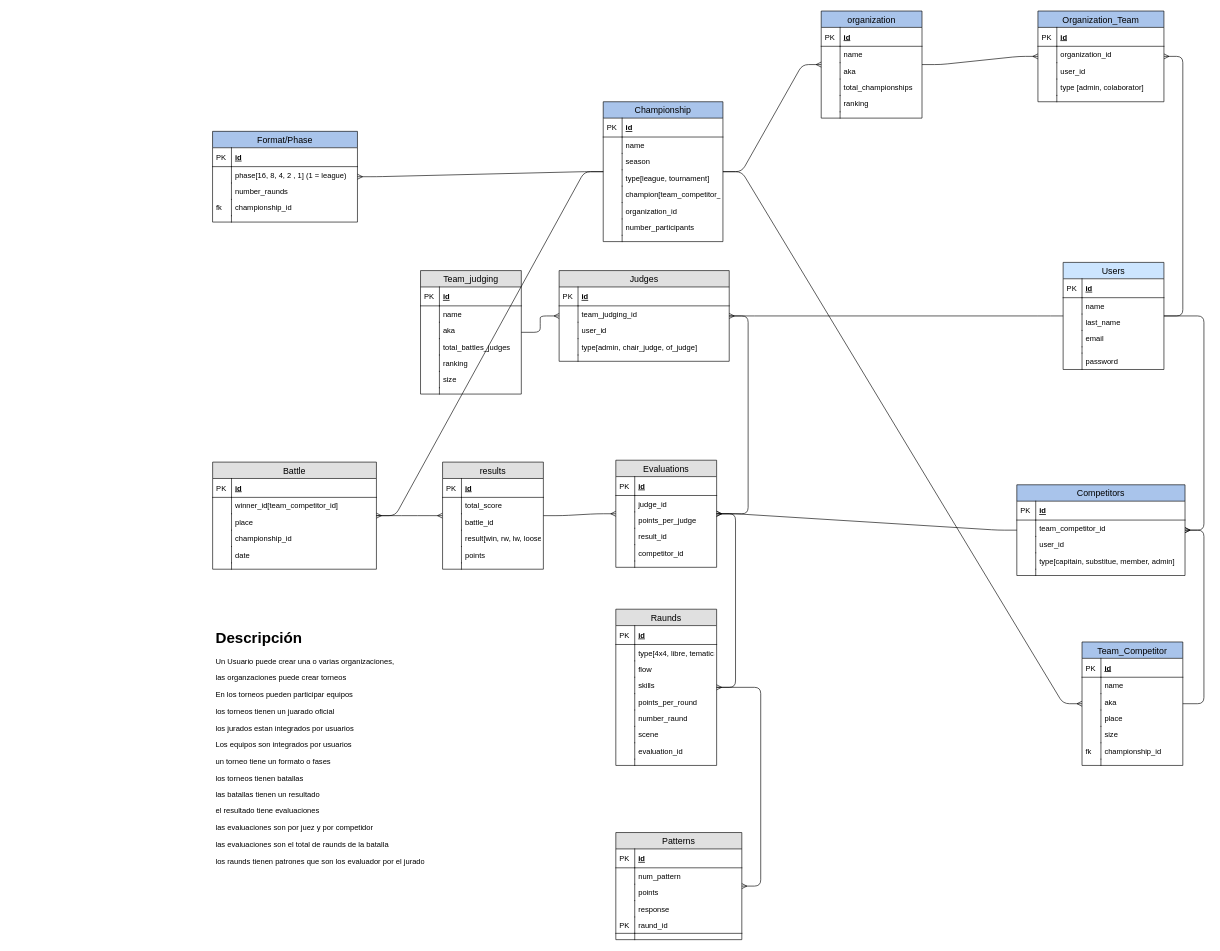
Above: Untitled Diagram.drawio in Isidro-hernndez/Texto1 (draw.io), before the change. Source tidied: cells renumbered, new cells numbered last; positions are measured from the earlier drawing's top-left corner, leaving out a move shared by most shapes. Both pictures are drawn from the tidied source at 63%, with x=0, y=0 at pixel (212, 11).
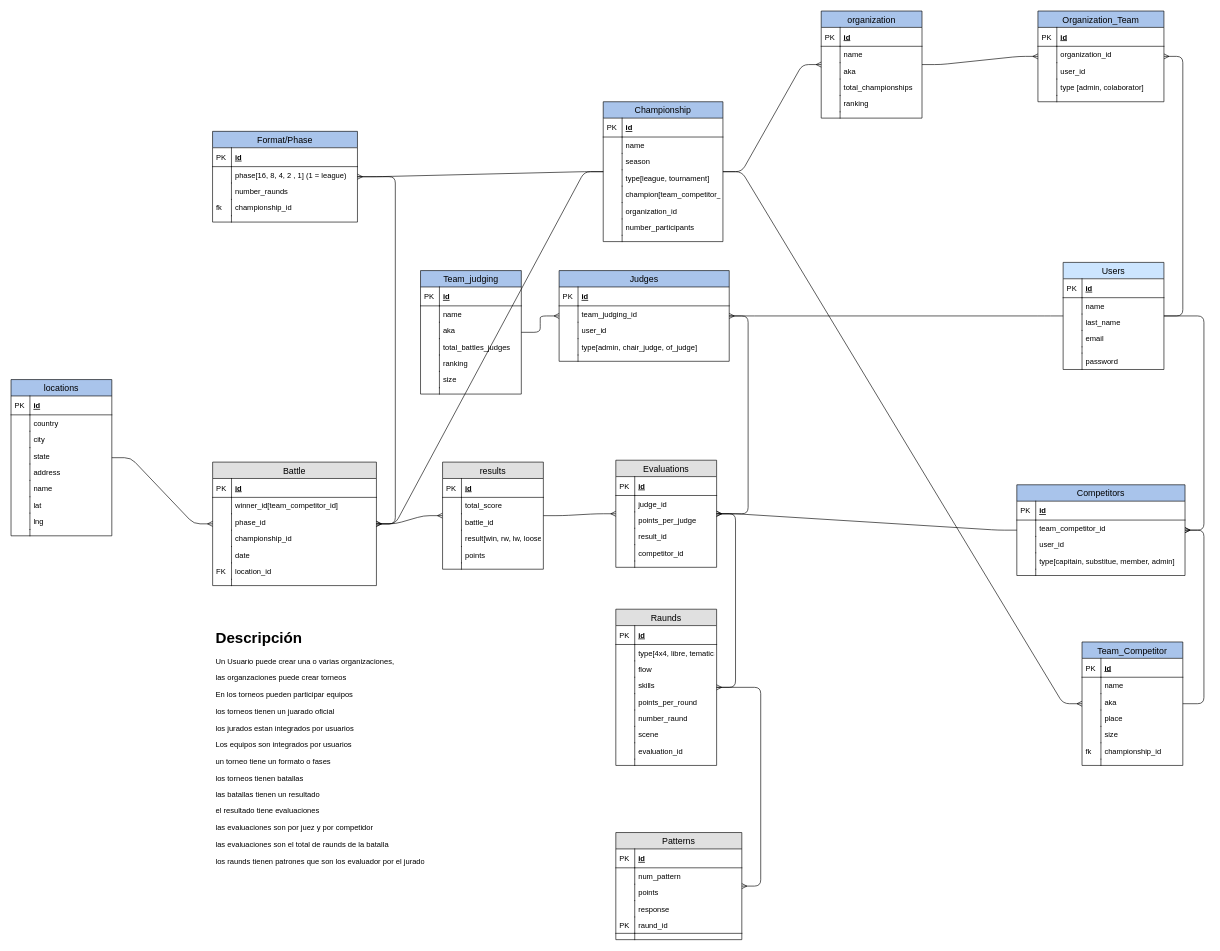
The same page after the edit.

Unchanged cells that the change refers to:
```xml
<mxCell id="182" value="Format/Phase" style="swimlane;fontStyle=0;horizontal=1;startSize=26;fillColor=#A9C4EB;swimlaneFillColor=#ffffff;align=center;fontSize=14;" parent="1" vertex="1">
  <mxGeometry x="-0.1" y="191" width="230" height="144" as="geometry" />
</mxCell>
```

Diff of the diagram source:
```diff
@@
     <mxCell id="2" value="Battle" style="swimlane;fontStyle=0;horizontal=1;startSize=26;fillColor=#e0e0e0;swimlaneFillColor=#ffffff;align=center;fontSize=14;" parent="1" vertex="1">
-      <mxGeometry y="716" width="260" height="170" as="geometry" />
+      <mxGeometry y="716" width="260" height="196" as="geometry" />
     </mxCell>
@@
-    <mxCell id="7" value="place" style="shape=partialRectangle;top=0;left=0;right=0;bottom=0;align=left;verticalAlign=top;fillColor=none;spacingLeft=34;spacingRight=4;overflow=hidden;fontSize=12;" parent="2" vertex="1">
+    <mxCell id="7" value="phase_id" style="shape=partialRectangle;top=0;left=0;right=0;bottom=0;align=left;verticalAlign=top;fillColor=none;spacingLeft=34;spacingRight=4;overflow=hidden;fontSize=12;" parent="2" vertex="1">
       <mxGeometry y="82" width="260" height="26" as="geometry" />
     </mxCell>
@@
+    <mxCell id="207" value="location_id" style="shape=partialRectangle;top=0;left=0;right=0;bottom=0;align=left;verticalAlign=top;fillColor=none;spacingLeft=34;spacingRight=4;overflow=hidden;fontSize=12;" parent="2" vertex="1">
+      <mxGeometry y="160" width="260" height="26" as="geometry" />
+    </mxCell>
+    <mxCell id="208" value="FK" style="shape=partialRectangle;top=0;left=0;bottom=0;fillColor=none;align=left;verticalAlign=top;spacingLeft=4;spacingRight=4;overflow=hidden;fontSize=12;" parent="207" vertex="1">
+      <mxGeometry width="30" height="26" as="geometry" />
+    </mxCell>
     <mxCell id="13" style="shape=partialRectangle;top=0;left=0;right=0;bottom=0;align=left;verticalAlign=top;fillColor=none;spacingLeft=34;spacingRight=4;overflow=hidden;fontSize=12;" parent="2" vertex="1">
-      <mxGeometry y="160" width="260" height="10" as="geometry" />
+      <mxGeometry y="186" width="260" height="10" as="geometry" />
     </mxCell>
@@
-    <mxCell id="74" value="Team_judging" style="swimlane;fontStyle=0;horizontal=1;startSize=26;fillColor=#e0e0e0;swimlaneFillColor=#ffffff;align=center;fontSize=14;" parent="1" vertex="1">
+    <mxCell id="74" value="Team_judging" style="swimlane;fontStyle=0;horizontal=1;startSize=26;fillColor=#A9C4EB;swimlaneFillColor=#ffffff;align=center;fontSize=14;" parent="1" vertex="1">
       <mxGeometry x="330" y="412" width="160" height="196" as="geometry" />
     </mxCell>
@@
-    <mxCell id="105" value="Judges" style="swimlane;fontStyle=0;horizontal=1;startSize=26;fillColor=#e0e0e0;swimlaneFillColor=#ffffff;align=center;fontSize=14;" parent="1" vertex="1">
+    <mxCell id="105" value="Judges" style="swimlane;fontStyle=0;horizontal=1;startSize=26;fillColor=#A9C4EB;swimlaneFillColor=#ffffff;align=center;fontSize=14;" parent="1" vertex="1">
       <mxGeometry x="550" y="412" width="270" height="144" as="geometry" />
     </mxCell>
@@
+    <mxCell id="209" value="locations" style="swimlane;fontStyle=0;horizontal=1;startSize=26;fillColor=#A9C4EB;swimlaneFillColor=#ffffff;align=center;fontSize=14;" parent="1" vertex="1">
+      <mxGeometry x="-320" y="585" width="160" height="248" as="geometry" />
+    </mxCell>
+    <mxCell id="210" value="id" style="shape=partialRectangle;top=0;left=0;right=0;bottom=1;align=left;verticalAlign=middle;fillColor=none;spacingLeft=34;spacingRight=4;overflow=hidden;fontStyle=5;fontSize=12;" parent="209" vertex="1">
+      <mxGeometry y="26" width="160" height="30" as="geometry" />
+    </mxCell>
+    <mxCell id="211" value="PK" style="shape=partialRectangle;top=0;left=0;bottom=0;fillColor=none;align=left;verticalAlign=middle;spacingLeft=4;spacingRight=4;overflow=hidden;fontSize=12;" parent="210" vertex="1">
+      <mxGeometry width="30" height="30" as="geometry" />
+    </mxCell>
+    <mxCell id="212" value="country" style="shape=partialRectangle;top=0;left=0;right=0;bottom=0;align=left;verticalAlign=top;fillColor=none;spacingLeft=34;spacingRight=4;overflow=hidden;fontSize=12;" parent="209" vertex="1">
+      <mxGeometry y="56" width="160" height="26" as="geometry" />
+    </mxCell>
+    <mxCell id="213" style="shape=partialRectangle;top=0;left=0;bottom=0;fillColor=none;align=left;verticalAlign=top;spacingLeft=4;spacingRight=4;overflow=hidden;fontSize=12;" parent="212" vertex="1">
+      <mxGeometry width="30" height="26" as="geometry" />
+    </mxCell>
+    <mxCell id="214" value="city" style="shape=partialRectangle;top=0;left=0;right=0;bottom=0;align=left;verticalAlign=top;fillColor=none;spacingLeft=34;spacingRight=4;overflow=hidden;fontSize=12;" parent="209" vertex="1">
+      <mxGeometry y="82" width="160" height="26" as="geometry" />
+    </mxCell>
+    <mxCell id="215" style="shape=partialRectangle;top=0;left=0;bottom=0;fillColor=none;align=left;verticalAlign=top;spacingLeft=4;spacingRight=4;overflow=hidden;fontSize=12;" parent="214" vertex="1">
+      <mxGeometry width="30" height="26" as="geometry" />
+    </mxCell>
+    <mxCell id="216" value="state" style="shape=partialRectangle;top=0;left=0;right=0;bottom=0;align=left;verticalAlign=top;fillColor=none;spacingLeft=34;spacingRight=4;overflow=hidden;fontSize=12;" parent="209" vertex="1">
+      <mxGeometry y="108" width="160" height="26" as="geometry" />
+    </mxCell>
+    <mxCell id="217" style="shape=partialRectangle;top=0;left=0;bottom=0;fillColor=none;align=left;verticalAlign=top;spacingLeft=4;spacingRight=4;overflow=hidden;fontSize=12;" parent="216" vertex="1">
+      <mxGeometry width="30" height="26" as="geometry" />
+    </mxCell>
+    <mxCell id="218" value="address" style="shape=partialRectangle;top=0;left=0;right=0;bottom=0;align=left;verticalAlign=top;fillColor=none;spacingLeft=34;spacingRight=4;overflow=hidden;fontSize=12;" parent="209" vertex="1">
+      <mxGeometry y="134" width="160" height="26" as="geometry" />
+    </mxCell>
+    <mxCell id="219" style="shape=partialRectangle;top=0;left=0;bottom=0;fillColor=none;align=left;verticalAlign=top;spacingLeft=4;spacingRight=4;overflow=hidden;fontSize=12;" parent="218" vertex="1">
+      <mxGeometry width="30" height="26" as="geometry" />
+    </mxCell>
+    <mxCell id="220" value="name" style="shape=partialRectangle;top=0;left=0;right=0;bottom=0;align=left;verticalAlign=top;fillColor=none;spacingLeft=34;spacingRight=4;overflow=hidden;fontSize=12;" parent="209" vertex="1">
+      <mxGeometry y="160" width="160" height="26" as="geometry" />
+    </mxCell>
+    <mxCell id="221" style="shape=partialRectangle;top=0;left=0;bottom=0;fillColor=none;align=left;verticalAlign=top;spacingLeft=4;spacingRight=4;overflow=hidden;fontSize=12;" parent="220" vertex="1">
+      <mxGeometry width="30" height="26" as="geometry" />
+    </mxCell>
+    <mxCell id="222" value="lat" style="shape=partialRectangle;top=0;left=0;right=0;bottom=0;align=left;verticalAlign=top;fillColor=none;spacingLeft=34;spacingRight=4;overflow=hidden;fontSize=12;" parent="209" vertex="1">
+      <mxGeometry y="186" width="160" height="26" as="geometry" />
+    </mxCell>
+    <mxCell id="223" style="shape=partialRectangle;top=0;left=0;bottom=0;fillColor=none;align=left;verticalAlign=top;spacingLeft=4;spacingRight=4;overflow=hidden;fontSize=12;" parent="222" vertex="1">
+      <mxGeometry width="30" height="26" as="geometry" />
+    </mxCell>
+    <mxCell id="224" value="lng" style="shape=partialRectangle;top=0;left=0;right=0;bottom=0;align=left;verticalAlign=top;fillColor=none;spacingLeft=34;spacingRight=4;overflow=hidden;fontSize=12;" parent="209" vertex="1">
+      <mxGeometry y="212" width="160" height="26" as="geometry" />
+    </mxCell>
+    <mxCell id="225" style="shape=partialRectangle;top=0;left=0;bottom=0;fillColor=none;align=left;verticalAlign=top;spacingLeft=4;spacingRight=4;overflow=hidden;fontSize=12;" parent="224" vertex="1">
+      <mxGeometry width="30" height="26" as="geometry" />
+    </mxCell>
+    <mxCell id="226" style="shape=partialRectangle;top=0;left=0;right=0;bottom=0;align=left;verticalAlign=top;fillColor=none;spacingLeft=34;spacingRight=4;overflow=hidden;fontSize=12;" parent="209" vertex="1">
+      <mxGeometry y="238" width="160" height="10" as="geometry" />
+    </mxCell>
+    <mxCell id="227" style="shape=partialRectangle;top=0;left=0;bottom=0;fillColor=none;align=left;verticalAlign=top;spacingLeft=4;spacingRight=4;overflow=hidden;fontSize=12;" parent="226" vertex="1">
+      <mxGeometry width="30" height="10" as="geometry" />
+    </mxCell>
+    <mxCell id="228" style="edgeStyle=entityRelationEdgeStyle;fontSize=12;html=1;endArrow=ERmany;" parent="1" edge="1" source="209" target="2">
+      <mxGeometry relative="1" as="geometry" />
+    </mxCell>
+    <mxCell id="229" style="edgeStyle=entityRelationEdgeStyle;fontSize=12;html=1;endArrow=ERmany;" parent="1" edge="1" source="182" target="2">
+      <mxGeometry relative="1" as="geometry" />
+    </mxCell>
```
